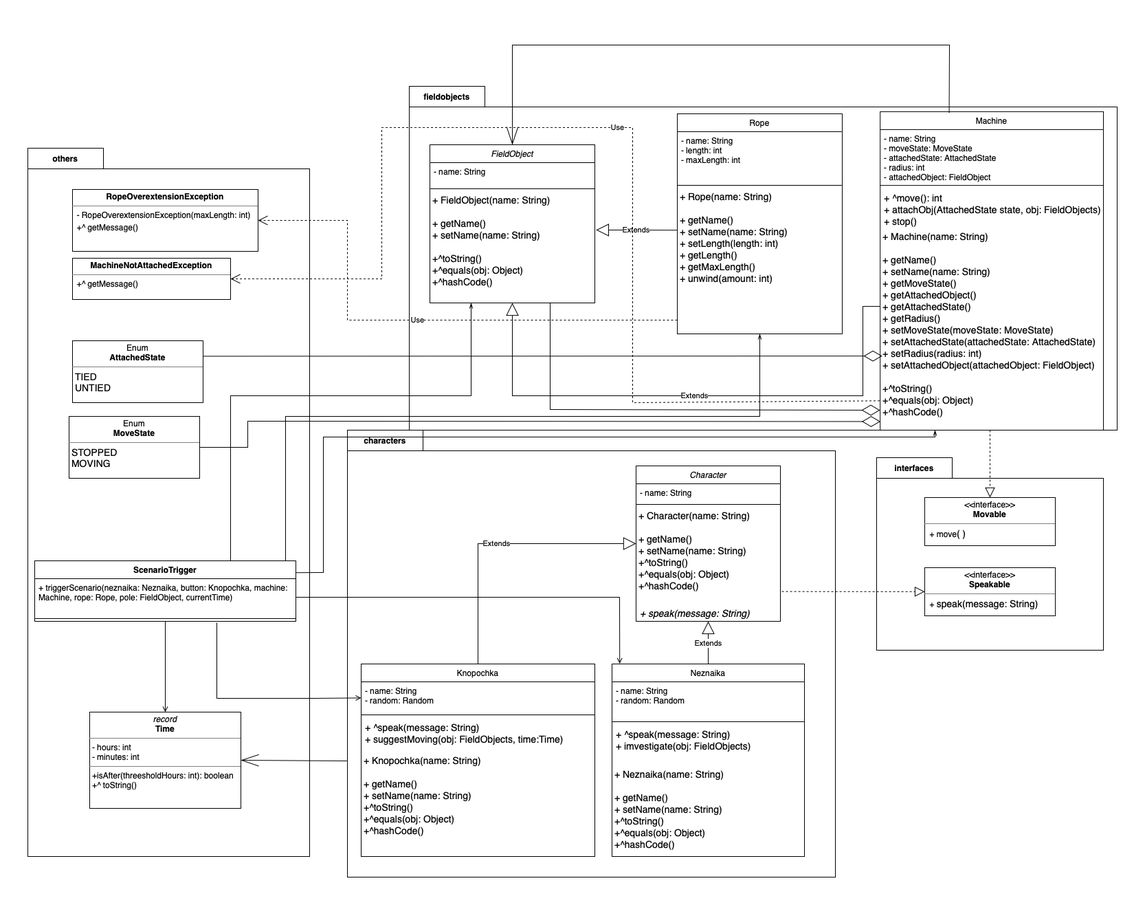
This is UML.png from 25thGilbertsProblem/lab3-4, a draw.io export, as it was before one commit. Source tidied: cells renumbered, new cells last; positions are measured from the earlier drawing's top-left corner, leaving out a move shared by most shapes.
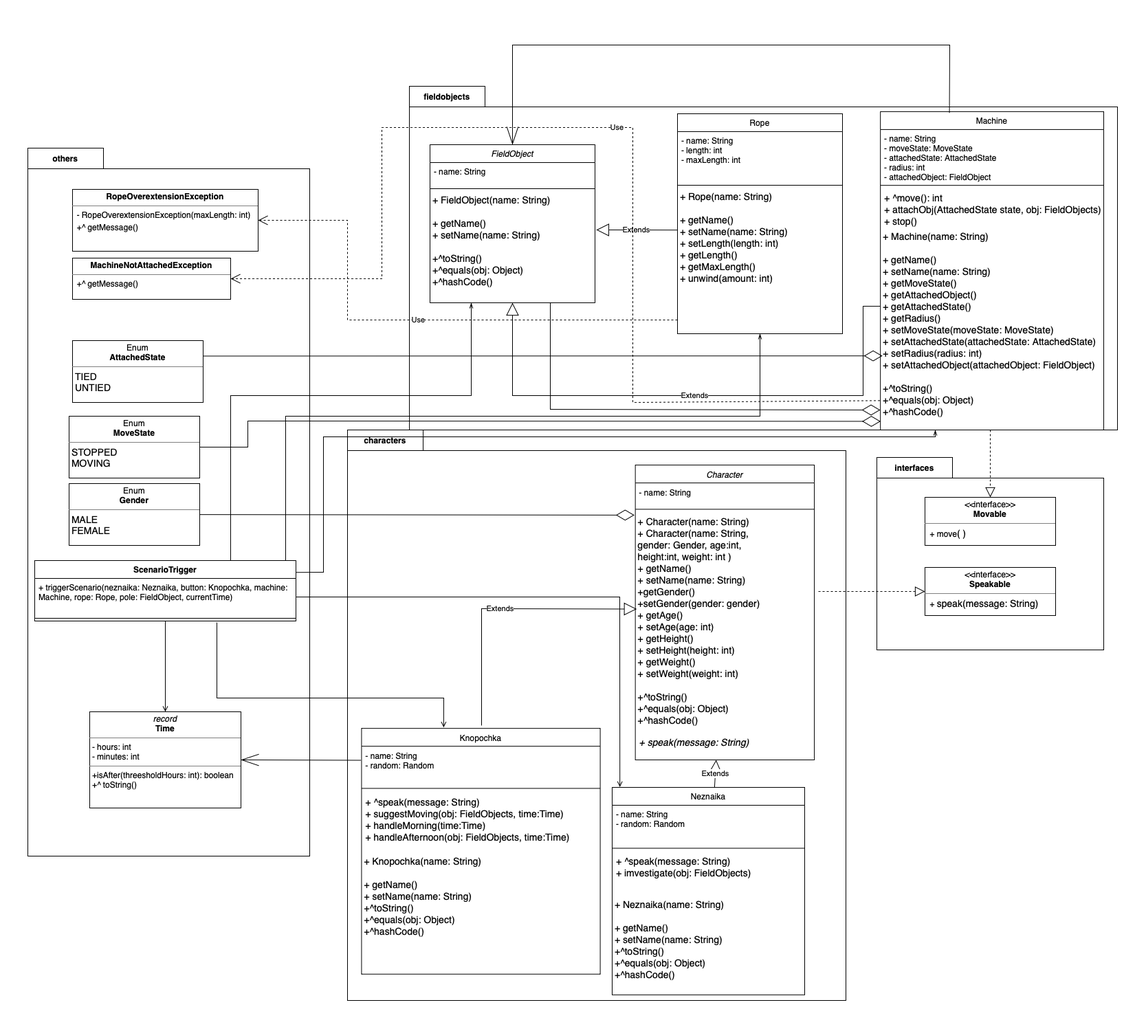
After the commit.

Change to the diagram source:
```diff
@@ -10,6 +10,9 @@
         <mxPoint y="30" as="offset" />
       </mxGeometry>
     </mxCell>
+    <mxCell id="67" value="&lt;p style=&quot;margin:0px;margin-top:4px;text-align:center;&quot;&gt;Enum&lt;br&gt;&lt;b&gt;Gender&lt;/b&gt;&lt;/p&gt;&lt;hr size=&quot;1&quot; style=&quot;border-style:solid;&quot;&gt;&lt;p style=&quot;margin:0px;margin-left:4px;&quot;&gt;&lt;font style=&quot;font-size: 14px;&quot;&gt;MALE&lt;br&gt;FEMALE&lt;/font&gt;&lt;/p&gt;&lt;p style=&quot;margin:0px;margin-left:4px;&quot;&gt;&lt;br&gt;&lt;/p&gt;" style="verticalAlign=top;align=left;overflow=fill;html=1;whiteSpace=wrap;" parent="2" vertex="1">
+      <mxGeometry x="60" y="488" width="190" height="90" as="geometry" />
+    </mxCell>
     <mxCell id="4" value="fieldobjects" style="shape=folder;fontStyle=1;tabWidth=110;tabHeight=30;tabPosition=left;html=1;boundedLbl=1;labelInHeader=1;whiteSpace=wrap;" parent="1" vertex="1">
       <mxGeometry x="555" y="60" width="1030" height="500" as="geometry" />
     </mxCell>
@@ -46,82 +49,83 @@
       <mxGeometry y="108" width="240" height="142" as="geometry" />
     </mxCell>
     <mxCell id="15" value="characters" style="shape=folder;fontStyle=1;tabWidth=110;tabHeight=30;tabPosition=left;html=1;boundedLbl=1;labelInHeader=1;whiteSpace=wrap;" parent="1" vertex="1">
-      <mxGeometry x="465" y="560" width="710" height="650" as="geometry" />
+      <mxGeometry x="465" y="560" width="725" height="830" as="geometry" />
     </mxCell>
     <mxCell id="16" style="html=1;strokeColor=none;fillColor=none;whiteSpace=wrap;" parent="15" vertex="1">
-      <mxGeometry width="710" height="455" relative="1" as="geometry">
+      <mxGeometry width="725" height="581" relative="1" as="geometry">
         <mxPoint y="30" as="offset" />
       </mxGeometry>
     </mxCell>
     <mxCell id="17" value="Knopochka" style="swimlane;fontStyle=0;align=center;verticalAlign=top;horizontal=1;startSize=26;rounded=0;shadow=0;strokeWidth=1;" parent="15" vertex="1">
-      <mxGeometry x="20" y="340" width="340" height="280" as="geometry" />
+      <mxGeometry x="20.4" y="434.2" width="347.2" height="357.5" as="geometry" />
     </mxCell>
     <mxCell id="18" value="- name: String&#10;- random: Random&#10;" style="text;align=left;verticalAlign=top;spacingLeft=4;spacingRight=4;overflow=hidden;points=[[0,0.5],[1,0.5]];portConstraint=eastwest;fontStyle=0;" parent="17" vertex="1">
-      <mxGeometry y="26" width="340" height="44" as="geometry" />
+      <mxGeometry y="26" width="347.2" height="56.2" as="geometry" />
     </mxCell>
     <mxCell id="19" style="line;html=1;strokeWidth=1;align=left;verticalAlign=middle;spacingTop=-1;spacingLeft=3;spacingRight=3;labelPosition=right;" parent="17" vertex="1">
-      <mxGeometry y="70" width="340" height="8" as="geometry" />
+      <mxGeometry y="82.2" width="347.2" height="10.2" as="geometry" />
     </mxCell>
-    <mxCell id="20" value="+ ^speak(message: String)&#10;+ suggestMoving(obj: FieldObjects, time:Time)" style="text;align=left;verticalAlign=top;spacingLeft=4;spacingRight=4;overflow=hidden;fontStyle=0;fontSize=14;" parent="17" vertex="1">
-      <mxGeometry y="78" width="340" height="50" as="geometry" />
+    <mxCell id="20" value="+ ^speak(message: String)&#10;+ suggestMoving(obj: FieldObjects, time:Time)&#10;+ handleMorning(time:Time)&#10;+ handleAfternoon(obj: FieldObjects, time:Time)&#10;" style="text;align=left;verticalAlign=top;spacingLeft=4;spacingRight=4;overflow=hidden;fontStyle=0;fontSize=14;" parent="17" vertex="1">
+      <mxGeometry y="92.4" width="347.2" height="87.6" as="geometry" />
     </mxCell>
     <mxCell id="21" value="+ Knopochka(name: String)&#10;&#10;+ getName()&#10;+ setName(name: String)&#10;+^toString()&#10;+^equals(obj: Object)&#10;+^hashCode()&#10;" style="text;align=left;verticalAlign=top;spacingLeft=4;spacingRight=4;overflow=hidden;fontSize=14;spacingTop=0;labelBorderColor=none;spacing=0;" parent="17" vertex="1">
-      <mxGeometry y="128" width="340" height="152" as="geometry" />
+      <mxGeometry y="180" width="347.2" height="146.6" as="geometry" />
     </mxCell>
-    <mxCell id="22" value="interfaces" style="shape=folder;fontStyle=1;tabWidth=110;tabHeight=30;tabPosition=left;html=1;boundedLbl=1;labelInHeader=1;whiteSpace=wrap;" parent="1" vertex="1">
-      <mxGeometry x="1235" y="600" width="330" height="280" as="geometry" />
-    </mxCell>
-    <mxCell id="23" style="html=1;strokeColor=none;fillColor=none;whiteSpace=wrap;" parent="22" vertex="1">
-      <mxGeometry width="330" height="196" relative="1" as="geometry">
-        <mxPoint y="30" as="offset" />
-      </mxGeometry>
-    </mxCell>
-    <mxCell id="24" value="&lt;p style=&quot;margin:0px;margin-top:4px;text-align:center;&quot;&gt;&lt;i&gt;&amp;lt;&amp;lt;&lt;/i&gt;interface&amp;gt;&amp;gt;&lt;/p&gt;&lt;div style=&quot;text-align: center;&quot;&gt;&lt;b&gt;Movable&lt;/b&gt;&lt;/div&gt;&lt;hr size=&quot;1&quot; style=&quot;border-style:solid;&quot;&gt;&lt;p style=&quot;margin:0px;margin-left:4px;&quot;&gt;&amp;nbsp;+ move&lt;font style=&quot;font-size: 14px;&quot;&gt;( )&lt;/font&gt;&lt;/p&gt;" style="verticalAlign=top;align=left;overflow=fill;html=1;whiteSpace=wrap;" parent="22" vertex="1">
-      <mxGeometry x="70" y="58" width="190" height="70" as="geometry" />
-    </mxCell>
-    <mxCell id="25" value="&lt;p style=&quot;margin:0px;margin-top:4px;text-align:center;&quot;&gt;&lt;i&gt;&amp;lt;&amp;lt;&lt;/i&gt;interface&amp;gt;&amp;gt;&lt;/p&gt;&lt;b style=&quot;text-align: center;&quot;&gt;Speakable&lt;/b&gt;&lt;hr size=&quot;1&quot; style=&quot;border-style:solid;&quot;&gt;&lt;p style=&quot;margin:0px;margin-left:4px;&quot;&gt;&amp;nbsp;+&amp;nbsp;&lt;font style=&quot;font-size: 14px;&quot;&gt;speak(message: String)&lt;/font&gt;&lt;/p&gt;" style="verticalAlign=top;align=left;overflow=fill;html=1;whiteSpace=wrap;" parent="22" vertex="1">
-      <mxGeometry x="70" y="160" width="190" height="70" as="geometry" />
-    </mxCell>
-    <mxCell id="26" value="Character" style="swimlane;fontStyle=2;align=center;verticalAlign=top;horizontal=1;startSize=26;rounded=0;shadow=0;strokeWidth=1;" parent="1" vertex="1">
-      <mxGeometry x="885" y="612" width="210" height="226" as="geometry" />
+    <mxCell id="26" value="Character" style="swimlane;fontStyle=2;align=center;verticalAlign=top;horizontal=1;startSize=26;rounded=0;shadow=0;strokeWidth=1;" parent="15" vertex="1">
+      <mxGeometry x="418.7" y="51.1" width="260.4" height="428.9" as="geometry" />
     </mxCell>
     <mxCell id="27" value="- name: String" style="text;align=left;verticalAlign=top;spacingLeft=4;spacingRight=4;overflow=hidden;" parent="26" vertex="1">
-      <mxGeometry y="26" width="210" height="26" as="geometry" />
+      <mxGeometry y="26" width="260.4" height="33.2" as="geometry" />
     </mxCell>
     <mxCell id="28" style="line;html=1;strokeWidth=1;align=left;verticalAlign=middle;spacingTop=-1;spacingLeft=3;spacingRight=3;labelPosition=right;" parent="26" vertex="1">
-      <mxGeometry y="52" width="210" height="8" as="geometry" />
+      <mxGeometry y="59.2" width="260.4" height="10.2" as="geometry" />
     </mxCell>
-    <mxCell id="29" value="+ Character(name: String)&#10;&#10;+ getName()&#10;+ setName(name: String)&#10;+^toString()&#10;+^equals(obj: Object)&#10;+^hashCode()&#10;" style="text;align=left;verticalAlign=top;spacingLeft=4;spacingRight=4;overflow=hidden;points=[[0,0.5],[1,0.5]];portConstraint=eastwest;fontSize=14;spacingTop=0;labelBorderColor=none;spacing=0;" parent="26" vertex="1">
-      <mxGeometry y="60" width="210" height="140" as="geometry" />
+    <mxCell id="29" value="+ Character(name: String)&#10;+ Character(name: String, &#10;gender: Gender, age:int, &#10;height:int, weight: int )&#10;+ getName()&#10;+ setName(name: String)&#10;+getGender()&#10;+setGender(gender: gender)&#10;+ getAge()&#10;+ setAge(age: int)&#10;+ getHeight()&#10;+ setHeight(height: int)&#10;+ getWeight()&#10;+ setWeight(weight: int)&#10;&#10;+^toString()&#10;+^equals(obj: Object)&#10;+^hashCode()&#10;" style="text;align=left;verticalAlign=top;spacingLeft=4;spacingRight=4;overflow=hidden;points=[[0,0.5],[1,0.5]];portConstraint=eastwest;fontSize=14;spacingTop=0;labelBorderColor=none;spacing=0;" parent="26" vertex="1">
+      <mxGeometry y="69.4" width="260.4" height="310.6" as="geometry" />
     </mxCell>
-    <mxCell id="30" value="+ speak(message: String)" style="text;align=left;verticalAlign=top;spacingLeft=4;spacingRight=4;overflow=hidden;fontStyle=2;fontSize=14;" parent="26" vertex="1">
-      <mxGeometry y="200" width="210" height="26" as="geometry" />
-    </mxCell>
-    <mxCell id="31" value="Extends" style="endArrow=block;endSize=16;endFill=0;html=1;rounded=0;" parent="1" edge="1" source="17" target="26">
+    <mxCell id="31" value="Extends" style="endArrow=block;endSize=16;endFill=0;html=1;rounded=0;entryX=0.008;entryY=0.451;entryDx=0;entryDy=0;entryPerimeter=0;" parent="15" edge="1" target="29">
       <mxGeometry relative="1" as="geometry">
+        <mxPoint x="195" y="430" as="sourcePoint" />
         <Array as="points">
-          <mxPoint x="655" y="725" />
+          <mxPoint x="195" y="260" />
         </Array>
       </mxGeometry>
     </mxCell>
-    <mxCell id="32" value="Neznaika" style="swimlane;fontStyle=0;align=center;verticalAlign=top;horizontal=1;startSize=26;rounded=0;shadow=0;strokeWidth=1;" parent="1" vertex="1">
-      <mxGeometry x="850" y="900" width="280" height="280" as="geometry" />
+    <mxCell id="32" value="Neznaika" style="swimlane;fontStyle=0;align=center;verticalAlign=top;horizontal=1;startSize=26;rounded=0;shadow=0;strokeWidth=1;" parent="15" vertex="1">
+      <mxGeometry x="385" y="520" width="280" height="301.8" as="geometry" />
     </mxCell>
     <mxCell id="33" value="- name: String&#10;- random: Random" style="text;align=left;verticalAlign=top;spacingLeft=4;spacingRight=4;overflow=hidden;" parent="32" vertex="1">
-      <mxGeometry y="26" width="280" height="54" as="geometry" />
+      <mxGeometry y="26" width="280" height="58.2" as="geometry" />
     </mxCell>
     <mxCell id="34" style="line;html=1;strokeWidth=1;align=left;verticalAlign=middle;spacingTop=-1;spacingLeft=3;spacingRight=3;labelPosition=right;" parent="32" vertex="1">
-      <mxGeometry y="80" width="280" height="8" as="geometry" />
+      <mxGeometry y="84.2" width="280" height="8.6" as="geometry" />
     </mxCell>
     <mxCell id="35" value="+ ^speak(message: String)&#10;+ imvestigate(obj: FieldObjects)" style="text;align=left;verticalAlign=top;spacingLeft=4;spacingRight=4;overflow=hidden;fontStyle=0;fontSize=14;" parent="32" vertex="1">
-      <mxGeometry y="88" width="280" height="60" as="geometry" />
+      <mxGeometry y="92.8" width="280" height="64.7" as="geometry" />
     </mxCell>
     <mxCell id="36" value="+ Neznaika(name: String)&#10;&#10;+ getName()&#10;+ setName(name: String)&#10;+^toString()&#10;+^equals(obj: Object)&#10;+^hashCode()&#10;" style="text;align=left;verticalAlign=top;spacingLeft=4;spacingRight=4;overflow=hidden;fontSize=14;spacingTop=0;labelBorderColor=none;spacing=0;" parent="32" vertex="1">
-      <mxGeometry y="148" width="280" height="132" as="geometry" />
+      <mxGeometry y="157.5" width="280" height="142.3" as="geometry" />
     </mxCell>
-    <mxCell id="37" value="Extends" style="endArrow=block;endSize=16;endFill=0;html=1;rounded=0;" parent="1" edge="1" source="32" target="26">
+    <mxCell id="37" value="Extends" style="endArrow=block;endSize=16;endFill=0;html=1;rounded=0;" parent="15" edge="1" source="32" target="26">
       <mxGeometry relative="1" as="geometry" />
     </mxCell>
+    <mxCell id="30" value="+ speak(message: String)" style="text;align=left;verticalAlign=top;spacingLeft=4;spacingRight=4;overflow=hidden;fontStyle=2;fontSize=14;" parent="15" vertex="1">
+      <mxGeometry x="418.7" y="440" width="260.4" height="76.6" as="geometry" />
+    </mxCell>
+    <mxCell id="22" value="interfaces" style="shape=folder;fontStyle=1;tabWidth=110;tabHeight=30;tabPosition=left;html=1;boundedLbl=1;labelInHeader=1;whiteSpace=wrap;" parent="1" vertex="1">
+      <mxGeometry x="1235" y="600" width="330" height="280" as="geometry" />
+    </mxCell>
+    <mxCell id="23" style="html=1;strokeColor=none;fillColor=none;whiteSpace=wrap;" parent="22" vertex="1">
+      <mxGeometry width="330" height="196" relative="1" as="geometry">
+        <mxPoint y="30" as="offset" />
+      </mxGeometry>
+    </mxCell>
+    <mxCell id="24" value="&lt;p style=&quot;margin:0px;margin-top:4px;text-align:center;&quot;&gt;&lt;i&gt;&amp;lt;&amp;lt;&lt;/i&gt;interface&amp;gt;&amp;gt;&lt;/p&gt;&lt;div style=&quot;text-align: center;&quot;&gt;&lt;b&gt;Movable&lt;/b&gt;&lt;/div&gt;&lt;hr size=&quot;1&quot; style=&quot;border-style:solid;&quot;&gt;&lt;p style=&quot;margin:0px;margin-left:4px;&quot;&gt;&amp;nbsp;+ move&lt;font style=&quot;font-size: 14px;&quot;&gt;( )&lt;/font&gt;&lt;/p&gt;" style="verticalAlign=top;align=left;overflow=fill;html=1;whiteSpace=wrap;" parent="22" vertex="1">
+      <mxGeometry x="70" y="58" width="190" height="70" as="geometry" />
+    </mxCell>
+    <mxCell id="25" value="&lt;p style=&quot;margin:0px;margin-top:4px;text-align:center;&quot;&gt;&lt;i&gt;&amp;lt;&amp;lt;&lt;/i&gt;interface&amp;gt;&amp;gt;&lt;/p&gt;&lt;b style=&quot;text-align: center;&quot;&gt;Speakable&lt;/b&gt;&lt;hr size=&quot;1&quot; style=&quot;border-style:solid;&quot;&gt;&lt;p style=&quot;margin:0px;margin-left:4px;&quot;&gt;&amp;nbsp;+&amp;nbsp;&lt;font style=&quot;font-size: 14px;&quot;&gt;speak(message: String)&lt;/font&gt;&lt;/p&gt;" style="verticalAlign=top;align=left;overflow=fill;html=1;whiteSpace=wrap;" parent="22" vertex="1">
+      <mxGeometry x="70" y="160" width="190" height="70" as="geometry" />
+    </mxCell>
     <mxCell id="38" value="FieldObject" style="swimlane;fontStyle=2;align=center;verticalAlign=top;horizontal=1;startSize=26;rounded=0;shadow=0;strokeWidth=1;" parent="1" vertex="1">
       <mxGeometry x="585" y="145" width="240" height="230" as="geometry" />
     </mxCell>
@@ -137,8 +141,10 @@
     <mxCell id="42" value="&lt;p style=&quot;margin:0px;margin-top:4px;text-align:center;&quot;&gt;Enum&lt;br&gt;&lt;b&gt;AttachedState&lt;/b&gt;&lt;/p&gt;&lt;hr size=&quot;1&quot; style=&quot;border-style:solid;&quot;&gt;&lt;p style=&quot;margin:0px;margin-left:4px;&quot;&gt;&lt;font style=&quot;font-size: 14px;&quot;&gt;TIED&lt;br&gt;UNTIED&lt;/font&gt;&lt;/p&gt;&lt;p style=&quot;margin:0px;margin-left:4px;&quot;&gt;&lt;br&gt;&lt;/p&gt;" style="verticalAlign=top;align=left;overflow=fill;html=1;whiteSpace=wrap;" parent="1" vertex="1">
       <mxGeometry x="65" y="430" width="190" height="90" as="geometry" />
     </mxCell>
-    <mxCell id="43" style="endArrow=block;dashed=1;endFill=0;endSize=12;html=1;rounded=0;exitX=1.01;exitY=0.876;exitDx=0;exitDy=0;exitPerimeter=0;" parent="1" edge="1" source="29" target="25">
-      <mxGeometry relative="1" as="geometry" />
+    <mxCell id="43" style="endArrow=block;dashed=1;endFill=0;endSize=12;html=1;rounded=0;" parent="1" edge="1" target="25">
+      <mxGeometry relative="1" as="geometry">
+        <mxPoint x="1150" y="795" as="sourcePoint" />
+      </mxGeometry>
     </mxCell>
     <mxCell id="44" style="endArrow=block;dashed=1;endFill=0;endSize=12;html=1;rounded=0;" parent="1" edge="1" target="24">
       <mxGeometry relative="1" as="geometry">
@@ -207,7 +213,7 @@
         </Array>
       </mxGeometry>
     </mxCell>
-    <mxCell id="58" style="endArrow=openThin;endFill=0;endSize=24;html=1;rounded=0;entryX=1;entryY=0.5;entryDx=0;entryDy=0;exitX=-0.001;exitY=0.74;exitDx=0;exitDy=0;exitPerimeter=0;" parent="1" edge="1" source="15" target="56">
+    <mxCell id="58" style="endArrow=openThin;endFill=0;endSize=24;html=1;rounded=0;entryX=1;entryY=0.5;entryDx=0;entryDy=0;exitX=-0.003;exitY=0.363;exitDx=0;exitDy=0;exitPerimeter=0;" parent="1" edge="1" source="18" target="56">
       <mxGeometry relative="1" as="geometry" />
     </mxCell>
     <mxCell id="59" value="Use" style="endArrow=open;endSize=12;dashed=1;html=1;rounded=0;entryX=1;entryY=0.5;entryDx=0;entryDy=0;exitX=-0.002;exitY=0.895;exitDx=0;exitDy=0;exitPerimeter=0;" parent="1" edge="1" source="10" target="48">
@@ -223,11 +229,11 @@
     <mxCell id="60" style="endArrow=none;endFill=0;endSize=24;html=1;rounded=0;startArrow=open;startFill=0;" parent="1" edge="1" source="56" target="53">
       <mxGeometry relative="1" as="geometry" />
     </mxCell>
-    <mxCell id="61" style="endArrow=none;endFill=0;endSize=24;html=1;rounded=0;startArrow=open;startFill=0;" parent="1" edge="1" source="18">
+    <mxCell id="61" style="endArrow=none;endFill=0;endSize=24;html=1;rounded=0;startArrow=open;startFill=0;exitX=0.344;exitY=-0.004;exitDx=0;exitDy=0;exitPerimeter=0;" parent="1" edge="1" source="17">
       <mxGeometry relative="1" as="geometry">
         <mxPoint x="275" y="840" as="targetPoint" />
         <Array as="points">
-          <mxPoint x="415" y="950" />
+          <mxPoint x="605" y="950" />
           <mxPoint x="275" y="950" />
         </Array>
       </mxGeometry>
@@ -274,5 +280,8 @@
         </Array>
       </mxGeometry>
     </mxCell>
+    <mxCell id="68" style="endArrow=diamondThin;endFill=0;endSize=24;html=1;rounded=0;entryX=-0.005;entryY=0.011;entryDx=0;entryDy=0;entryPerimeter=0;" parent="1" edge="1" source="67" target="29">
+      <mxGeometry relative="1" as="geometry" />
+    </mxCell>
   </root>
 </mxGraphModel>
```
